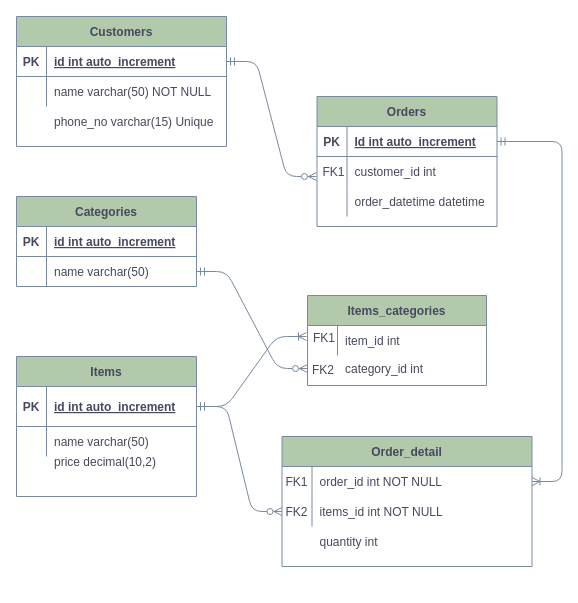
The draw.io diagram homework_2/homework2_erd.drawio in putrirmd/RubyIntermediate, before the edit. Source tidied: cells renumbered, new cells numbered last; positions are measured from the earlier drawing's top-left corner, leaving out a move shared by most shapes. Both pictures are drawn from the tidied source at 100%, with x=0, y=0 at pixel (16, 16).
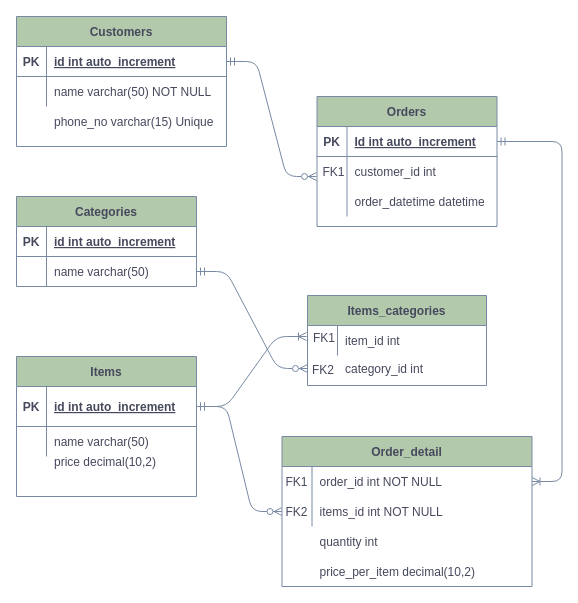
The same page after the edit.

Commit message (it also covers changes not shown here):
update erd, query, table, README.md

The edit, as a diff of the source:
```diff
@@
     <mxCell id="44" style="group;fontColor=#46495D;" parent="1" vertex="1">
-      <mxGeometry x="265.5" y="420" width="250" height="130" as="geometry" />
+      <mxGeometry x="265.5" y="420" width="250" height="150" as="geometry" />
     </mxCell>
     <mxCell id="45" style="group;fontColor=#46495D;" parent="44" vertex="1">
-      <mxGeometry width="250" height="130" as="geometry" />
+      <mxGeometry width="250" height="150" as="geometry" />
     </mxCell>
@@
+    <mxCell id="67" style="shape=partialRectangle;fillColor=none;top=0;left=0;right=0;bottom=0;strokeColor=#788AA3;fontColor=#46495D;" parent="45" vertex="1">
+      <mxGeometry y="120" width="250" height="30" as="geometry" />
+    </mxCell>
+    <mxCell id="68" style="shape=partialRectangle;overflow=hidden;fillColor=none;top=0;left=0;bottom=0;right=0;strokeColor=#788AA3;fontColor=#46495D;" parent="67" vertex="1">
+      <mxGeometry width="30" height="30" as="geometry" />
+    </mxCell>
+    <mxCell id="69" value="price_per_item decimal(10,2)" style="shape=partialRectangle;overflow=hidden;fillColor=none;top=0;left=0;bottom=0;right=0;align=left;spacingLeft=6;strokeColor=#788AA3;fontColor=#46495D;" parent="67" vertex="1">
+      <mxGeometry x="30" width="220" height="30" as="geometry" />
+    </mxCell>
     <mxCell id="50" value="Order_detail" style="shape=table;startSize=30;childLayout=tableLayout;rowLines=0;fontStyle=1;align=center;fillColor=#B2C9AB;strokeColor=#788AA3;fontColor=#46495D;" parent="44" vertex="1">
-      <mxGeometry width="250" height="130" as="geometry" />
+      <mxGeometry width="250" height="150" as="geometry" />
     </mxCell>
```
